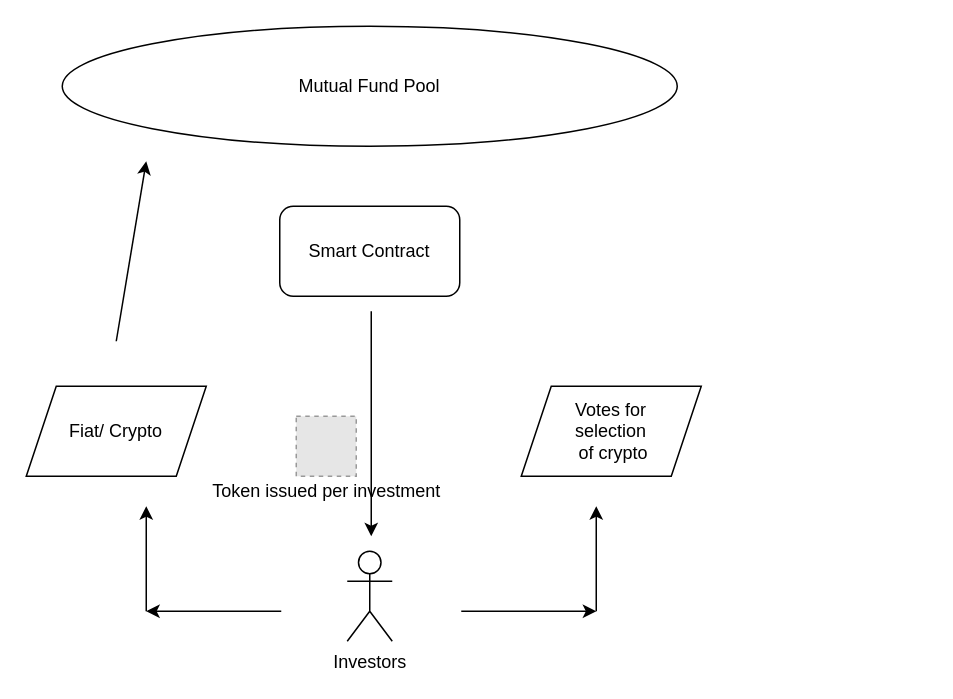
The draw.io diagram DefiMfConcept.drawio in satyakamc/defiMF, before the edit. Source tidied: cells renumbered, new cells numbered last; positions are measured from the earlier drawing's top-left corner, leaving out a move shared by most shapes. Both pictures are drawn from the tidied source at 150%, with x=0, y=0 at pixel (26, 26). Pictures stored in the file or linked from it are replaced by grey dashed boxes.
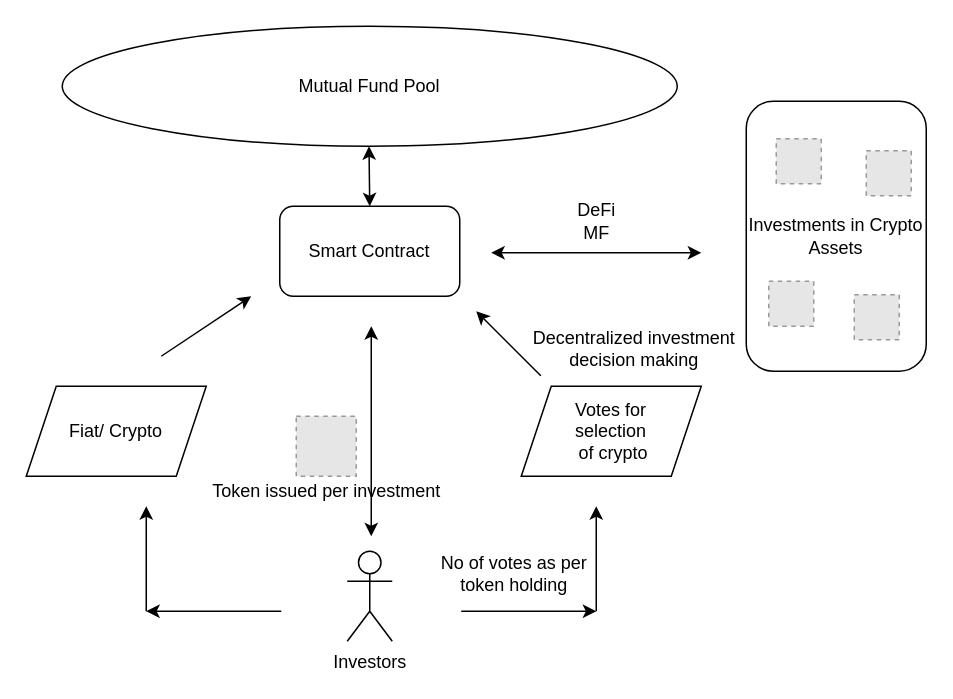
Above is the later version.

Change to the diagram source:
```diff
@@
     <mxCell id="10" style="endArrow=classic;html=1;" parent="1" edge="1">
       <mxGeometry relative="1" as="geometry">
-        <mxPoint x="60" y="210" as="sourcePoint" />
-        <mxPoint x="80" y="90" as="targetPoint" />
+        <mxPoint x="90" y="220" as="sourcePoint" />
+        <mxPoint x="150" y="180" as="targetPoint" />
       </mxGeometry>
     </mxCell>
-    <mxCell id="11" style="endArrow=classic;html=1;" parent="1" edge="1">
-      <mxGeometry relative="1" as="geometry">
-        <mxPoint x="230" y="190" as="sourcePoint" />
-        <mxPoint x="230" y="340" as="targetPoint" />
-      </mxGeometry>
-    </mxCell>
@@
+    <mxCell id="15" style="endArrow=classic;startArrow=classic;html=1;entryX=0.342;entryY=1.05;entryDx=0;entryDy=0;entryPerimeter=0;" parent="1" edge="1">
+      <mxGeometry relative="1" as="geometry">
+        <mxPoint x="229" y="120" as="sourcePoint" />
+        <mxPoint x="228.5" y="80" as="targetPoint" />
+      </mxGeometry>
+    </mxCell>
+    <mxCell id="16" style="endArrow=classic;html=1;exitX=0.087;exitY=1.1;exitDx=0;exitDy=0;exitPerimeter=0;" parent="1" edge="1" source="19">
+      <mxGeometry relative="1" as="geometry">
+        <mxPoint x="300" y="190" as="targetPoint" />
+      </mxGeometry>
+    </mxCell>
+    <mxCell id="17" value="Investments in Crypto Assets" style="rounded=1;whiteSpace=wrap;html=1;" parent="1" vertex="1">
+      <mxGeometry x="480" y="50" width="120" height="180" as="geometry" />
+    </mxCell>
+    <mxCell id="18" value="No of votes as per &lt;br&gt;token holding" style="text;html=1;align=center;verticalAlign=middle;" parent="1" vertex="1">
+      <mxGeometry x="270" y="350" width="110" height="30" as="geometry" />
+    </mxCell>
+    <mxCell id="19" value="Decentralized investment&lt;br&gt;decision making" style="text;html=1;align=center;verticalAlign=middle;points=[];" parent="1" vertex="1">
+      <mxGeometry x="330" y="200" width="150" height="30" as="geometry" />
+    </mxCell>
+    <mxCell id="20" value="DeFi&lt;br&gt;MF" style="text;html=1;align=center;verticalAlign=middle;" parent="1" vertex="1">
+      <mxGeometry x="360" y="115" width="40" height="30" as="geometry" />
+    </mxCell>
+    <mxCell id="21" style="endArrow=classic;startArrow=classic;html=1;" parent="1" edge="1">
+      <mxGeometry relative="1" as="geometry">
+        <mxPoint x="310" y="151" as="sourcePoint" />
+        <mxPoint x="450" y="151" as="targetPoint" />
+      </mxGeometry>
+    </mxCell>
+    <mxCell id="22" style="fillColor=#E6E6E6;strokeColor=#999999;dashed=1;html=1;verticalAlign=top;verticalLabelPosition=bottom;labelBackgroundColor=#ffffff;" parent="1" vertex="1">
+      <mxGeometry x="495" y="170" width="30" height="30" as="geometry" />
+    </mxCell>
+    <mxCell id="23" style="fillColor=#E6E6E6;strokeColor=#999999;dashed=1;html=1;verticalAlign=top;verticalLabelPosition=bottom;labelBackgroundColor=#ffffff;" parent="1" vertex="1">
+      <mxGeometry x="552" y="179" width="30" height="30" as="geometry" />
+    </mxCell>
+    <mxCell id="24" style="fillColor=#E6E6E6;strokeColor=#999999;dashed=1;html=1;verticalAlign=top;verticalLabelPosition=bottom;labelBackgroundColor=#ffffff;" parent="1" vertex="1">
+      <mxGeometry x="500" y="75" width="30" height="30" as="geometry" />
+    </mxCell>
+    <mxCell id="25" style="fillColor=#E6E6E6;strokeColor=#999999;dashed=1;html=1;verticalAlign=top;verticalLabelPosition=bottom;labelBackgroundColor=#ffffff;" parent="1" vertex="1">
+      <mxGeometry x="560" y="83" width="30" height="30" as="geometry" />
+    </mxCell>
+    <mxCell id="26" style="endArrow=classic;startArrow=classic;html=1;" parent="1" edge="1">
+      <mxGeometry relative="1" as="geometry">
+        <mxPoint x="230" y="340" as="sourcePoint" />
+        <mxPoint x="230" y="200" as="targetPoint" />
+      </mxGeometry>
+    </mxCell>
```
